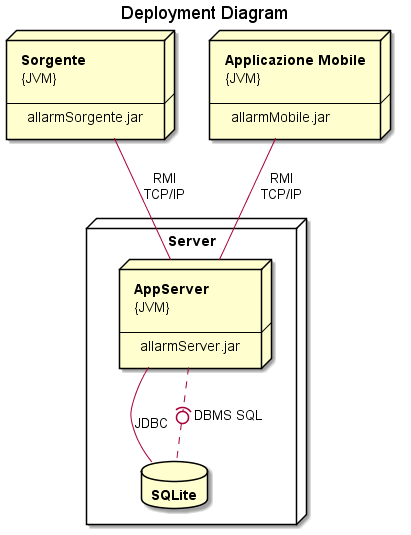
This is UML/target/deployment.png from xFA25E/sweng_14_2019, a PlantUML export, as it was before one commit. The source it was exported from:
```plantuml
@startuml
title Deployment Diagram

node Sorgente  [
<b>Sorgente
{JVM}

---
allarmSorgente.jar
]

node AppMobile[
<b>Applicazione Mobile
{JVM}

---
allarmMobile.jar
]

node Server {
    node Server [
    <b>AppServer
    {JVM}

    ---
    allarmServer.jar
    ]

    database DB [
    <b>SQLite
    ]
}

Sorgente -- Server : RMI\nTCP/IP
AppMobile -- Server : RMI\nTCP/IP
Server -- DB : \lJDBC
Server .(0. DB :  "  DBMS SQL"
@enduml
```
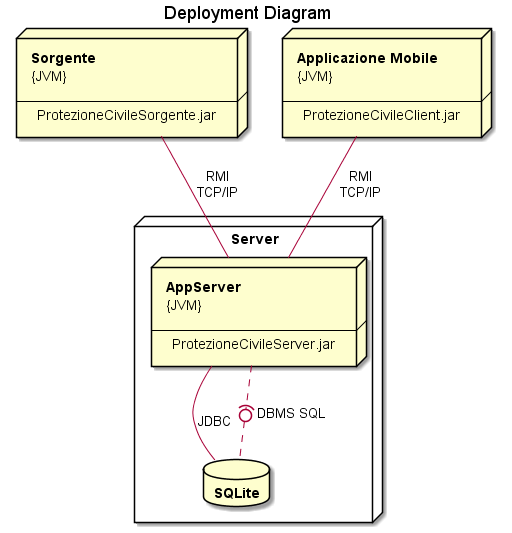
The same file after the commit.

What changed in the source:
```diff
@@ -6,7 +6,7 @@
 {JVM}
 
 ---
-allarmSorgente.jar
+ProtezioneCivileSorgente.jar
 ]
 
 node AppMobile[
@@ -14,7 +14,7 @@
 {JVM}
 
 ---
-allarmMobile.jar
+ProtezioneCivileClient.jar
 ]
 
 node Server {
@@ -23,7 +23,7 @@
     {JVM}
 
     ---
-    allarmServer.jar
+    ProtezioneCivileServer.jar
     ]
 
     database DB [
```
